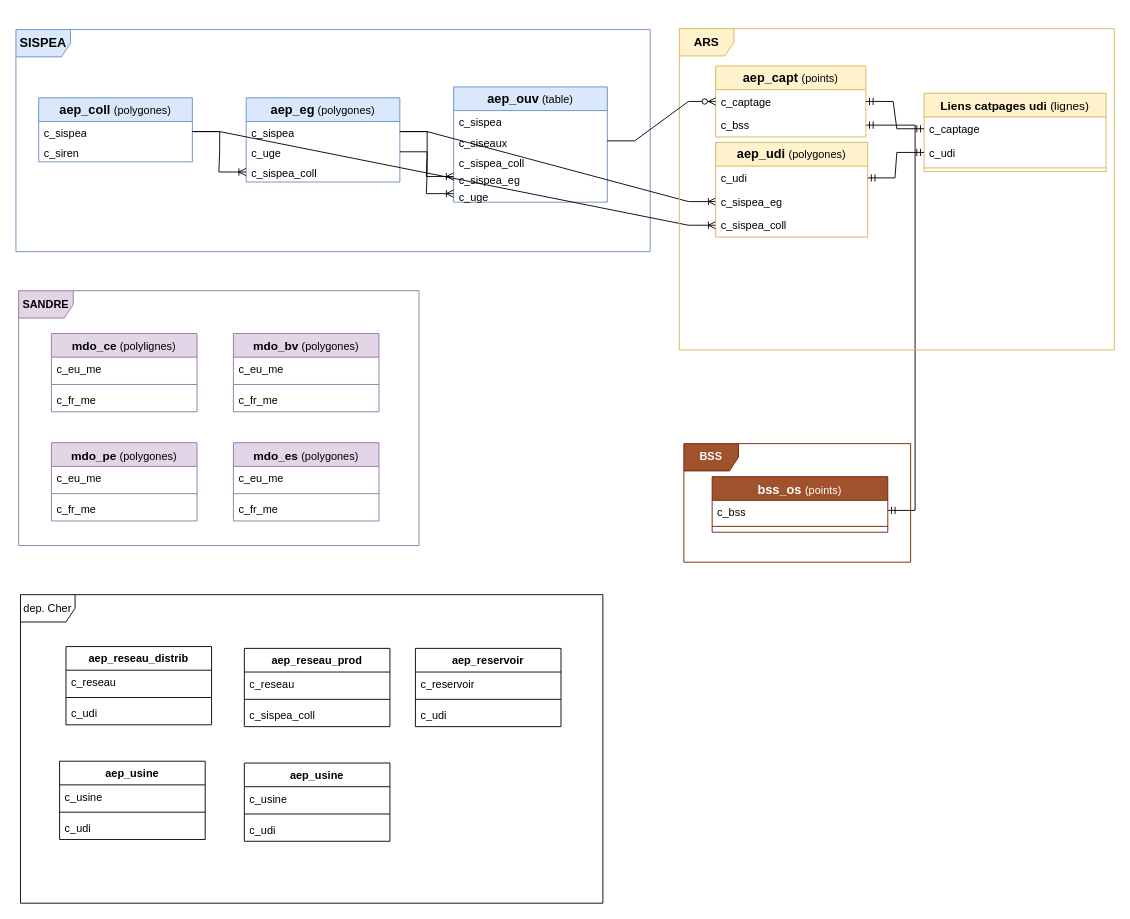
The draw.io diagram sig_eau_aep.drawio in geodepartement18/portail-sig, before the edit. Source tidied: cells renumbered, new cells numbered last; positions are measured from the earlier drawing's top-left corner, leaving out a move shared by most shapes. Both pictures are drawn from the tidied source at 91%, with x=0, y=0 at pixel (15, 28).
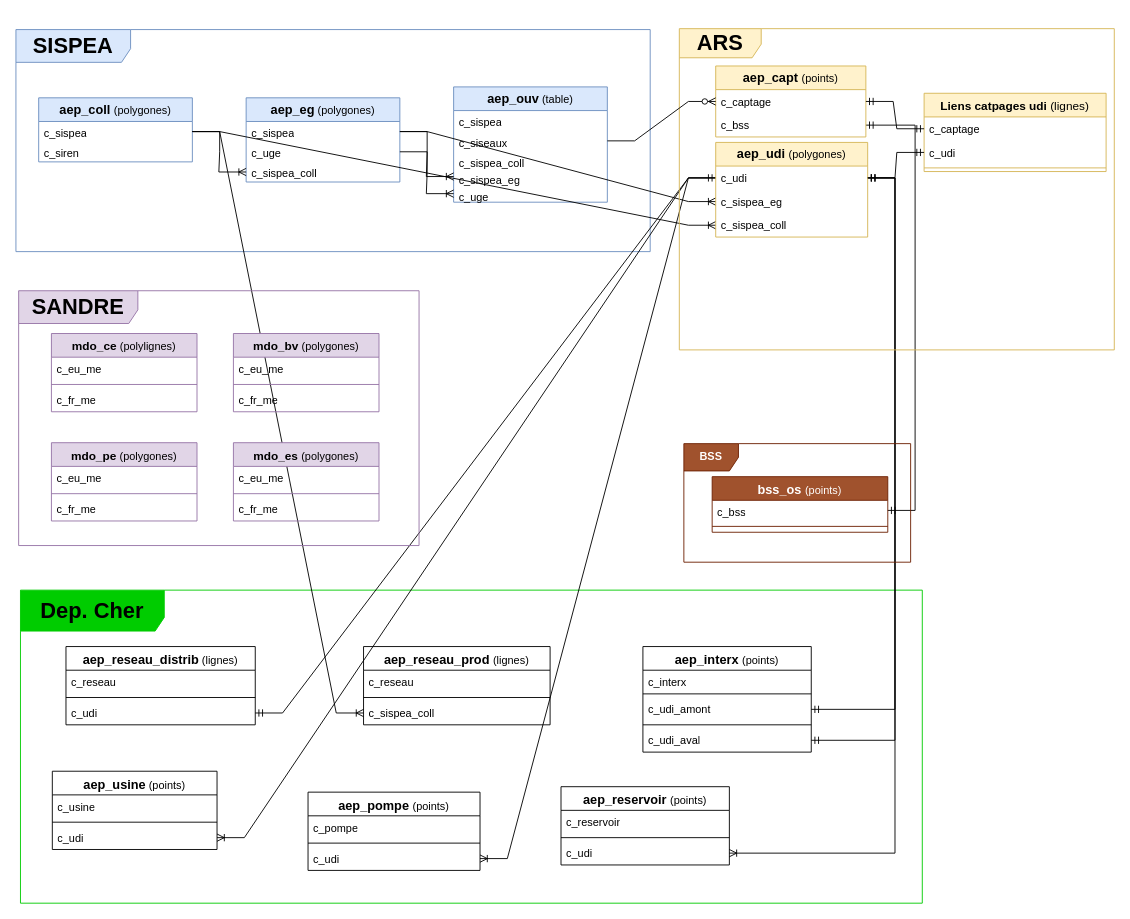
The same page after the edit.

Commit message (it also covers changes not shown here):
Mettre à jour sig_eau_aep.drawio

The change refers to these unchanged cells:
```xml
<mxCell id="3" value="c_sispea" style="text;align=left;verticalAlign=top;spacingLeft=4;spacingRight=4;overflow=hidden;points=[[0,0.5],[1,0.5]];portConstraint=eastwest;whiteSpace=wrap;html=1;labelBackgroundColor=none;" parent="2" vertex="1">
  <mxGeometry y="26" width="168.9" height="22.2" as="geometry" />
</mxCell>
<mxCell id="49" value="c_udi" style="text;strokeColor=none;fillColor=none;align=left;verticalAlign=top;spacingLeft=4;spacingRight=4;overflow=hidden;points=[[0,0.5],[1,0.5]];portConstraint=eastwest;whiteSpace=wrap;html=1;" parent="48" vertex="1">
  <mxGeometry y="26" width="167" height="26" as="geometry" />
</mxCell>
<mxCell id="60" style="group;" parent="59" vertex="1">
  <mxGeometry x="3" y="288" width="440" height="280" as="geometry" />
</mxCell>
```

What changed in the source:
```diff
@@
-    <mxCell id="5" value="&lt;b&gt;&lt;font style=&quot;font-size: 14px;&quot;&gt;SISPEA&lt;/font&gt;&lt;/b&gt;" style="shape=umlFrame;whiteSpace=wrap;html=1;fillColor=#dae8fc;strokeColor=#6c8ebf;shadow=0;" parent="1" vertex="1">
+    <mxCell id="5" value="&lt;h1&gt;&lt;b&gt;&lt;font style=&quot;font-size: 24px;&quot;&gt;SISPEA&lt;/font&gt;&lt;/b&gt;&lt;/h1&gt;" style="shape=umlFrame;whiteSpace=wrap;html=1;fillColor=#dae8fc;strokeColor=#6c8ebf;shadow=0;width=126;height=36;" parent="1" vertex="1">
       <mxGeometry y="1" width="697" height="244" as="geometry" />
     </mxCell>
@@
-    <mxCell id="20" value="dep. Cher" style="shape=umlFrame;whiteSpace=wrap;html=1;" parent="1" vertex="1">
-      <mxGeometry x="5" y="622" width="640" height="339" as="geometry" />
+    <mxCell id="20" value="&lt;h2&gt;&lt;font style=&quot;font-size: 24px;&quot;&gt;&lt;b&gt;Dep. Cher&lt;/b&gt;&lt;/font&gt;&lt;/h2&gt;" style="shape=umlFrame;whiteSpace=wrap;html=1;width=158;height=45;fillColor=#00CC00;strokeColor=#00CC00;" parent="1" vertex="1">
+      <mxGeometry x="5" y="617" width="991" height="344" as="geometry" />
     </mxCell>
-    <mxCell id="21" value="aep_reseau_distrib" style="swimlane;fontStyle=1;align=center;verticalAlign=top;horizontal=1;startSize=26;whiteSpace=wrap;html=1;" parent="1" vertex="1">
-      <mxGeometry x="55" y="679" width="160" height="86" as="geometry" />
+    <mxCell id="21" value="&lt;font style=&quot;font-size: 14px;&quot;&gt;aep_reseau_distrib&lt;/font&gt; &lt;span style=&quot;font-weight: normal;&quot;&gt;(lignes)&lt;/span&gt;" style="swimlane;fontStyle=1;align=center;verticalAlign=top;horizontal=1;startSize=26;whiteSpace=wrap;html=1;" parent="1" vertex="1">
+      <mxGeometry x="55" y="679" width="208" height="86" as="geometry" />
     </mxCell>
     <mxCell id="22" value="c_reseau" style="text;strokeColor=none;fillColor=none;align=left;verticalAlign=top;spacingLeft=4;spacingRight=4;overflow=hidden;whiteSpace=wrap;html=1;" parent="21" vertex="1">
-      <mxGeometry y="26" width="160" height="26" as="geometry" />
+      <mxGeometry y="26" width="208" height="26" as="geometry" />
     </mxCell>
     <mxCell id="23" style="line;strokeWidth=1;fillColor=none;align=left;verticalAlign=middle;spacingTop=-1;spacingLeft=3;spacingRight=3;labelPosition=right;strokeColor=inherit;" parent="21" vertex="1">
-      <mxGeometry y="52" width="160" height="8" as="geometry" />
+      <mxGeometry y="52" width="208" height="8" as="geometry" />
     </mxCell>
     <mxCell id="24" value="c_udi" style="text;strokeColor=none;fillColor=none;align=left;verticalAlign=top;spacingLeft=4;spacingRight=4;overflow=hidden;points=[[0,0.5],[1,0.5]];portConstraint=eastwest;whiteSpace=wrap;html=1;" parent="21" vertex="1">
-      <mxGeometry y="60" width="160" height="26" as="geometry" />
+      <mxGeometry y="60" width="208" height="26" as="geometry" />
     </mxCell>
-    <mxCell id="25" value="aep_reseau_prod" style="swimlane;fontStyle=1;align=center;verticalAlign=top;horizontal=1;startSize=26;whiteSpace=wrap;html=1;" parent="1" vertex="1">
-      <mxGeometry x="251" y="681" width="160" height="86" as="geometry" />
+    <mxCell id="25" value="&lt;font style=&quot;font-size: 14px;&quot;&gt;aep_reseau_prod &lt;/font&gt;&lt;font style=&quot;font-size: 12px;&quot;&gt;&lt;span style=&quot;font-weight: normal;&quot;&gt;(lignes)&lt;/span&gt;&lt;font&gt;&lt;br&gt;&lt;/font&gt;&lt;/font&gt;" style="swimlane;fontStyle=1;align=center;verticalAlign=top;horizontal=1;startSize=26;whiteSpace=wrap;html=1;" parent="1" vertex="1">
+      <mxGeometry x="382" y="679" width="205" height="86" as="geometry" />
     </mxCell>
     <mxCell id="26" value="c_reseau" style="text;strokeColor=none;fillColor=none;align=left;verticalAlign=top;spacingLeft=4;spacingRight=4;overflow=hidden;whiteSpace=wrap;html=1;" parent="25" vertex="1">
-      <mxGeometry y="26" width="160" height="26" as="geometry" />
+      <mxGeometry y="26" width="205" height="26" as="geometry" />
     </mxCell>
     <mxCell id="27" style="line;strokeWidth=1;fillColor=none;align=left;verticalAlign=middle;spacingTop=-1;spacingLeft=3;spacingRight=3;labelPosition=right;strokeColor=inherit;" parent="25" vertex="1">
-      <mxGeometry y="52" width="160" height="8" as="geometry" />
+      <mxGeometry y="52" width="205" height="8" as="geometry" />
     </mxCell>
     <mxCell id="28" value="c_sispea_coll" style="text;strokeColor=none;fillColor=none;align=left;verticalAlign=top;spacingLeft=4;spacingRight=4;overflow=hidden;points=[[0,0.5],[1,0.5]];portConstraint=eastwest;whiteSpace=wrap;html=1;" parent="25" vertex="1">
-      <mxGeometry y="60" width="160" height="26" as="geometry" />
+      <mxGeometry y="60" width="205" height="26" as="geometry" />
     </mxCell>
-    <mxCell id="29" value="aep_reservoir" style="swimlane;fontStyle=1;align=center;verticalAlign=top;horizontal=1;startSize=26;whiteSpace=wrap;html=1;" parent="1" vertex="1">
-      <mxGeometry x="439" y="681" width="160" height="86" as="geometry" />
+    <mxCell id="29" value="&lt;font style=&quot;font-size: 14px;&quot;&gt;aep_reservoir &lt;/font&gt;&lt;font style=&quot;font-size: 12px; font-weight: normal;&quot;&gt;(points)&lt;font&gt;&lt;br&gt;&lt;/font&gt;&lt;/font&gt;" style="swimlane;fontStyle=1;align=center;verticalAlign=top;horizontal=1;startSize=26;whiteSpace=wrap;html=1;" parent="1" vertex="1">
+      <mxGeometry x="599" y="833" width="185" height="86" as="geometry" />
     </mxCell>
     <mxCell id="30" value="c_reservoir" style="text;strokeColor=none;fillColor=none;align=left;verticalAlign=top;spacingLeft=4;spacingRight=4;overflow=hidden;whiteSpace=wrap;html=1;" parent="29" vertex="1">
-      <mxGeometry y="26" width="160" height="26" as="geometry" />
+      <mxGeometry y="26" width="185" height="26" as="geometry" />
     </mxCell>
     <mxCell id="31" style="line;strokeWidth=1;fillColor=none;align=left;verticalAlign=middle;spacingTop=-1;spacingLeft=3;spacingRight=3;labelPosition=right;strokeColor=inherit;" parent="29" vertex="1">
-      <mxGeometry y="52" width="160" height="8" as="geometry" />
+      <mxGeometry y="52" width="185" height="8" as="geometry" />
     </mxCell>
     <mxCell id="32" value="c_udi" style="text;strokeColor=none;fillColor=none;align=left;verticalAlign=top;spacingLeft=4;spacingRight=4;overflow=hidden;points=[[0,0.5],[1,0.5]];portConstraint=eastwest;whiteSpace=wrap;html=1;" parent="29" vertex="1">
-      <mxGeometry y="60" width="160" height="26" as="geometry" />
+      <mxGeometry y="60" width="185" height="26" as="geometry" />
     </mxCell>
@@
-    <mxCell id="35" value="aep_usine" style="swimlane;fontStyle=1;align=center;verticalAlign=top;horizontal=1;startSize=26;whiteSpace=wrap;html=1;" parent="1" vertex="1">
-      <mxGeometry x="48" y="805" width="160" height="86" as="geometry" />
+    <mxCell id="35" value="&lt;font style=&quot;font-size: 14px;&quot;&gt;aep_usine&lt;/font&gt; &lt;span style=&quot;font-weight: normal;&quot;&gt;(points)&lt;/span&gt;" style="swimlane;fontStyle=1;align=center;verticalAlign=top;horizontal=1;startSize=26;whiteSpace=wrap;html=1;" parent="1" vertex="1">
+      <mxGeometry x="40" y="816" width="181" height="86" as="geometry" />
     </mxCell>
     <mxCell id="36" value="c_usine" style="text;strokeColor=none;fillColor=none;align=left;verticalAlign=top;spacingLeft=4;spacingRight=4;overflow=hidden;whiteSpace=wrap;html=1;" parent="35" vertex="1">
-      <mxGeometry y="26" width="160" height="26" as="geometry" />
+      <mxGeometry y="26" width="181" height="26" as="geometry" />
     </mxCell>
     <mxCell id="37" style="line;strokeWidth=1;fillColor=none;align=left;verticalAlign=middle;spacingTop=-1;spacingLeft=3;spacingRight=3;labelPosition=right;strokeColor=inherit;" parent="35" vertex="1">
-      <mxGeometry y="52" width="160" height="8" as="geometry" />
+      <mxGeometry y="52" width="181" height="8" as="geometry" />
     </mxCell>
     <mxCell id="38" value="c_udi" style="text;strokeColor=none;fillColor=none;align=left;verticalAlign=top;spacingLeft=4;spacingRight=4;overflow=hidden;points=[[0,0.5],[1,0.5]];portConstraint=eastwest;whiteSpace=wrap;html=1;" parent="35" vertex="1">
-      <mxGeometry y="60" width="160" height="26" as="geometry" />
+      <mxGeometry y="60" width="181" height="26" as="geometry" />
     </mxCell>
-    <mxCell id="39" value="aep_usine" style="swimlane;fontStyle=1;align=center;verticalAlign=top;horizontal=1;startSize=26;whiteSpace=wrap;html=1;" parent="1" vertex="1">
-      <mxGeometry x="251" y="807" width="160" height="86" as="geometry" />
+    <mxCell id="39" value="&lt;font style=&quot;font-size: 14px;&quot;&gt;aep_pompe &lt;/font&gt;&lt;font style=&quot;font-size: 12px;&quot;&gt;&lt;span style=&quot;font-weight: normal;&quot;&gt;(points)&lt;/span&gt;&lt;font&gt;&lt;br&gt;&lt;/font&gt;&lt;/font&gt;" style="swimlane;fontStyle=1;align=center;verticalAlign=top;horizontal=1;startSize=26;whiteSpace=wrap;html=1;" parent="1" vertex="1">
+      <mxGeometry x="321" y="839" width="189" height="86" as="geometry" />
     </mxCell>
-    <mxCell id="40" value="c_usine" style="text;strokeColor=none;fillColor=none;align=left;verticalAlign=top;spacingLeft=4;spacingRight=4;overflow=hidden;whiteSpace=wrap;html=1;" parent="39" vertex="1">
-      <mxGeometry y="26" width="160" height="26" as="geometry" />
+    <mxCell id="40" value="c_pompe" style="text;strokeColor=none;fillColor=none;align=left;verticalAlign=top;spacingLeft=4;spacingRight=4;overflow=hidden;whiteSpace=wrap;html=1;" parent="39" vertex="1">
+      <mxGeometry y="26" width="189" height="26" as="geometry" />
     </mxCell>
     <mxCell id="41" style="line;strokeWidth=1;fillColor=none;align=left;verticalAlign=middle;spacingTop=-1;spacingLeft=3;spacingRight=3;labelPosition=right;strokeColor=inherit;" parent="39" vertex="1">
-      <mxGeometry y="52" width="160" height="8" as="geometry" />
+      <mxGeometry y="52" width="189" height="8" as="geometry" />
     </mxCell>
     <mxCell id="42" value="c_udi" style="text;strokeColor=none;fillColor=none;align=left;verticalAlign=top;spacingLeft=4;spacingRight=4;overflow=hidden;points=[[0,0.5],[1,0.5]];portConstraint=eastwest;whiteSpace=wrap;html=1;" parent="39" vertex="1">
-      <mxGeometry y="60" width="160" height="26" as="geometry" />
+      <mxGeometry y="60" width="189" height="26" as="geometry" />
     </mxCell>
+    <mxCell id="84" value="&lt;font style=&quot;font-size: 14px;&quot;&gt;aep_interx &lt;/font&gt;&lt;font style=&quot;font-size: 12px; font-weight: normal;&quot;&gt;(points)&lt;font&gt;&lt;br&gt;&lt;/font&gt;&lt;/font&gt;" style="swimlane;fontStyle=1;align=center;verticalAlign=top;horizontal=1;startSize=26;whiteSpace=wrap;html=1;" parent="1" vertex="1">
+      <mxGeometry x="689" y="679" width="185" height="116" as="geometry" />
+    </mxCell>
+    <mxCell id="85" value="c_interx" style="text;strokeColor=none;fillColor=none;align=left;verticalAlign=top;spacingLeft=4;spacingRight=4;overflow=hidden;whiteSpace=wrap;html=1;" parent="84" vertex="1">
+      <mxGeometry y="26" width="185" height="22" as="geometry" />
+    </mxCell>
+    <mxCell id="86" style="line;strokeWidth=1;fillColor=none;align=left;verticalAlign=middle;spacingTop=-1;spacingLeft=3;spacingRight=3;labelPosition=right;strokeColor=inherit;" parent="84" vertex="1">
+      <mxGeometry y="48" width="185" height="8" as="geometry" />
+    </mxCell>
+    <mxCell id="87" value="c_udi_amont" style="text;strokeColor=none;fillColor=none;align=left;verticalAlign=top;spacingLeft=4;spacingRight=4;overflow=hidden;points=[[0,0.5],[1,0.5]];portConstraint=eastwest;whiteSpace=wrap;html=1;" parent="84" vertex="1">
+      <mxGeometry y="56" width="185" height="26" as="geometry" />
+    </mxCell>
+    <mxCell id="88" style="line;strokeWidth=1;fillColor=none;align=left;verticalAlign=middle;spacingTop=-1;spacingLeft=3;spacingRight=3;labelPosition=right;strokeColor=inherit;" parent="84" vertex="1">
+      <mxGeometry y="82" width="185" height="8" as="geometry" />
+    </mxCell>
+    <mxCell id="89" value="c_udi_aval" style="text;strokeColor=none;fillColor=none;align=left;verticalAlign=top;spacingLeft=4;spacingRight=4;overflow=hidden;points=[[0,0.5],[1,0.5]];portConstraint=eastwest;whiteSpace=wrap;html=1;" parent="84" vertex="1">
+      <mxGeometry y="90" width="185" height="26" as="geometry" />
+    </mxCell>
+    <mxCell id="90" style="edgeStyle=entityRelationEdgeStyle;fontSize=12;html=1;endArrow=ERoneToMany;rounded=0;fontFamily=Helvetica;fontColor=default;" parent="1" edge="1" source="3" target="28">
+      <mxGeometry relative="1" as="geometry" />
+    </mxCell>
+    <mxCell id="91" style="edgeStyle=entityRelationEdgeStyle;fontSize=12;html=1;endArrow=ERmandOne;startArrow=ERmandOne;rounded=0;fontFamily=Helvetica;fontColor=default;" parent="1" edge="1" source="24" target="49">
+      <mxGeometry relative="1" as="geometry" />
+    </mxCell>
+    <mxCell id="92" style="edgeStyle=entityRelationEdgeStyle;fontSize=12;html=1;endArrow=ERmandOne;startArrow=ERmandOne;rounded=0;fontFamily=Helvetica;fontColor=default;" parent="1" edge="1" source="87" target="49">
+      <mxGeometry relative="1" as="geometry" />
+    </mxCell>
+    <mxCell id="93" style="edgeStyle=entityRelationEdgeStyle;fontSize=12;html=1;endArrow=ERmandOne;startArrow=ERmandOne;rounded=0;fontFamily=Helvetica;fontColor=default;" parent="1" edge="1" source="89" target="49">
+      <mxGeometry relative="1" as="geometry" />
+    </mxCell>
+    <mxCell id="94" style="edgeStyle=entityRelationEdgeStyle;fontSize=12;html=1;endArrow=ERoneToMany;rounded=0;fontFamily=Helvetica;fontColor=default;" parent="1" edge="1" source="49" target="38">
+      <mxGeometry relative="1" as="geometry" />
+    </mxCell>
+    <mxCell id="95" style="edgeStyle=entityRelationEdgeStyle;fontSize=12;html=1;endArrow=ERoneToMany;rounded=0;fontFamily=Helvetica;fontColor=default;" parent="1" edge="1" source="49" target="42">
+      <mxGeometry relative="1" as="geometry" />
+    </mxCell>
+    <mxCell id="96" style="edgeStyle=entityRelationEdgeStyle;fontSize=12;html=1;endArrow=ERoneToMany;rounded=0;fontFamily=Helvetica;fontColor=default;" parent="1" edge="1" source="49" target="32">
+      <mxGeometry relative="1" as="geometry" />
+    </mxCell>
@@
-    <mxCell id="44" value="&lt;font style=&quot;font-size: 13px;&quot;&gt;&lt;b&gt;ARS&lt;/b&gt;&lt;/font&gt;" style="shape=umlFrame;whiteSpace=wrap;html=1;fillColor=#fff2cc;strokeColor=#d6b656;" parent="43" vertex="1">
+    <mxCell id="44" value="&lt;h1&gt;&lt;font style=&quot;font-size: 24px;&quot;&gt;&lt;b&gt;ARS&lt;/b&gt;&lt;/font&gt;&lt;/h1&gt;" style="shape=umlFrame;whiteSpace=wrap;html=1;fillColor=#fff2cc;strokeColor=#d6b656;width=90;height=32;" parent="43" vertex="1">
       <mxGeometry x="729" width="478" height="353" as="geometry" />
     </mxCell>
@@
-    <mxCell id="61" value="&lt;b&gt;SANDRE&lt;br&gt;&lt;/b&gt;" style="shape=umlFrame;whiteSpace=wrap;html=1;fillColor=#e1d5e7;strokeColor=#9673a6;" parent="60" vertex="1">
+    <mxCell id="61" value="&lt;h1&gt;&lt;b&gt;SANDRE&lt;/b&gt;&lt;/h1&gt;" style="shape=umlFrame;whiteSpace=wrap;html=1;fillColor=#e1d5e7;strokeColor=#9673a6;width=131;height=36;" parent="60" vertex="1">
       <mxGeometry width="440" height="280" as="geometry" />
     </mxCell>
```
